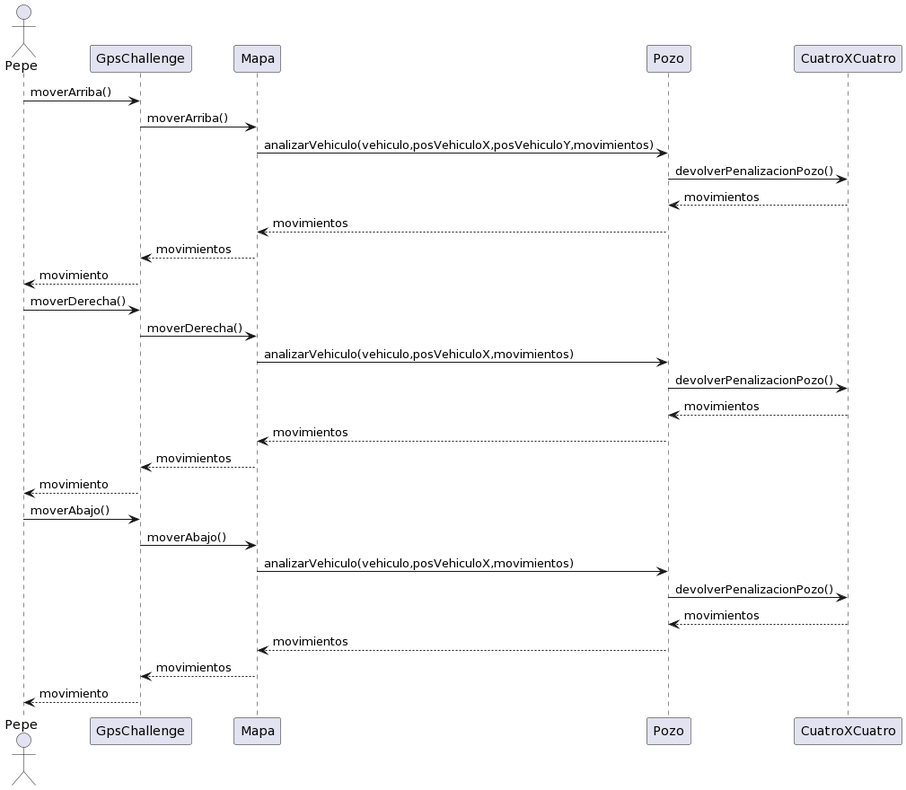
Above: diagrams/sequences/03Test4x4ConPozo.PNG in IannielloR/TP2_algo3 (PlantUML), before the change. Source of this version:
```plantuml
@startuml
actor Pepe

Pepe-> GpsChallenge: moverArriba()
GpsChallenge -> Mapa: moverArriba()
Mapa -> Pozo: analizarVehiculo(vehiculo,posVehiculoX,posVehiculoY,movimientos)
Pozo-> CuatroXCuatro: devolverPenalizacionPozo()
CuatroXCuatro--> Pozo: movimientos
Pozo--> Mapa: movimientos
Mapa --> GpsChallenge: movimientos
GpsChallenge --> Pepe: movimiento

Pepe-> GpsChallenge: moverDerecha()
GpsChallenge -> Mapa: moverDerecha()
Mapa -> Pozo: analizarVehiculo(vehiculo,posVehiculoX,movimientos)
Pozo-> CuatroXCuatro: devolverPenalizacionPozo()
CuatroXCuatro--> Pozo: movimientos
Pozo--> Mapa: movimientos
Mapa --> GpsChallenge: movimientos
GpsChallenge --> Pepe: movimiento

Pepe-> GpsChallenge: moverAbajo()
GpsChallenge -> Mapa: moverAbajo()
Mapa -> Pozo: analizarVehiculo(vehiculo,posVehiculoX,movimientos)
Pozo-> CuatroXCuatro: devolverPenalizacionPozo()
CuatroXCuatro--> Pozo: movimientos
Pozo--> Mapa: movimientos
Mapa --> GpsChallenge: movimientos
GpsChallenge --> Pepe: movimiento
@enduml
```
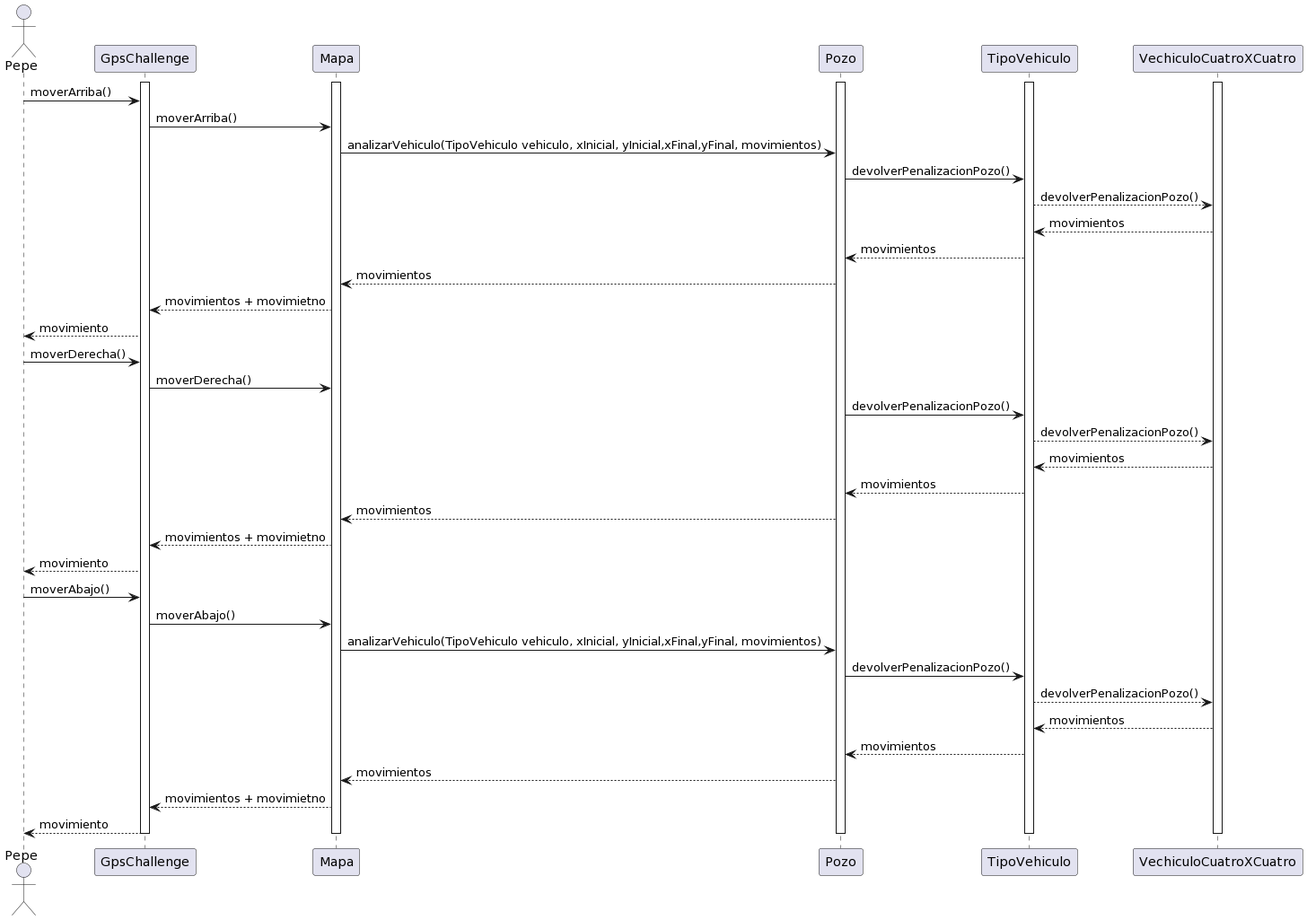
Later version of the same file.

Change to the diagram source:
```diff
@@ -1,30 +1,52 @@
 @startuml
 actor Pepe
+activate GpsChallenge
+activate Mapa
+activate Pozo
+activate TipoVehiculo
+activate VechiculoCuatroXCuatro
 
 Pepe-> GpsChallenge: moverArriba()
 GpsChallenge -> Mapa: moverArriba()
-Mapa -> Pozo: analizarVehiculo(vehiculo,posVehiculoX,posVehiculoY,movimientos)
-Pozo-> CuatroXCuatro: devolverPenalizacionPozo()
-CuatroXCuatro--> Pozo: movimientos
+Mapa -> Pozo: analizarVehiculo(TipoVehiculo vehiculo, xInicial, yInicial,xFinal,yFinal, movimientos)
+
+Pozo-> TipoVehiculo: devolverPenalizacionPozo()
+TipoVehiculo--> VechiculoCuatroXCuatro: devolverPenalizacionPozo()
+VechiculoCuatroXCuatro--> TipoVehiculo: movimientos
+TipoVehiculo--> Pozo: movimientos
 Pozo--> Mapa: movimientos
-Mapa --> GpsChallenge: movimientos
+Mapa --> GpsChallenge: movimientos + movimietno
 GpsChallenge --> Pepe: movimiento
+
 
 Pepe-> GpsChallenge: moverDerecha()
 GpsChallenge -> Mapa: moverDerecha()
-Mapa -> Pozo: analizarVehiculo(vehiculo,posVehiculoX,movimientos)
-Pozo-> CuatroXCuatro: devolverPenalizacionPozo()
-CuatroXCuatro--> Pozo: movimientos
+
+Pozo-> TipoVehiculo: devolverPenalizacionPozo()
+TipoVehiculo--> VechiculoCuatroXCuatro: devolverPenalizacionPozo()
+VechiculoCuatroXCuatro--> TipoVehiculo: movimientos
+TipoVehiculo--> Pozo: movimientos
 Pozo--> Mapa: movimientos
-Mapa --> GpsChallenge: movimientos
+Mapa --> GpsChallenge: movimientos + movimietno
 GpsChallenge --> Pepe: movimiento
+
 
 Pepe-> GpsChallenge: moverAbajo()
 GpsChallenge -> Mapa: moverAbajo()
-Mapa -> Pozo: analizarVehiculo(vehiculo,posVehiculoX,movimientos)
-Pozo-> CuatroXCuatro: devolverPenalizacionPozo()
-CuatroXCuatro--> Pozo: movimientos
+Mapa -> Pozo: analizarVehiculo(TipoVehiculo vehiculo, xInicial, yInicial,xFinal,yFinal, movimientos)
+Pozo-> TipoVehiculo: devolverPenalizacionPozo()
+TipoVehiculo--> VechiculoCuatroXCuatro: devolverPenalizacionPozo()
+VechiculoCuatroXCuatro--> TipoVehiculo: movimientos
+TipoVehiculo--> Pozo: movimientos
+
 Pozo--> Mapa: movimientos
-Mapa --> GpsChallenge: movimientos
+
+Mapa --> GpsChallenge: movimientos + movimietno
+
 GpsChallenge --> Pepe: movimiento
+deactivate VechiculoCuatroXCuatro
+deactivate TipoVehiculo
+deactivate Pozo
+deactivate Mapa
+deactivate GpsChallenge
 @enduml
```
